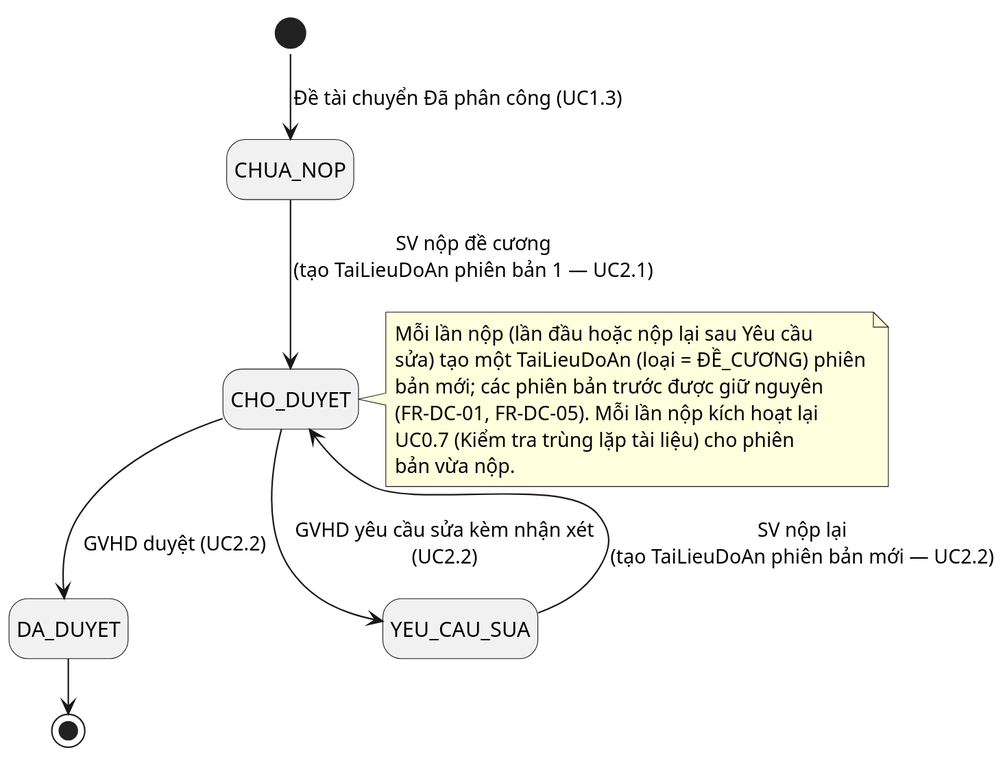
Earlier version of the PlantUML export docs/chuong-3-thiet-ke/so-do-lop/trang-thai-de-cuong.svg (dtc235200036-alt/ICTU-DATN-NguyenThiMaiAnh).
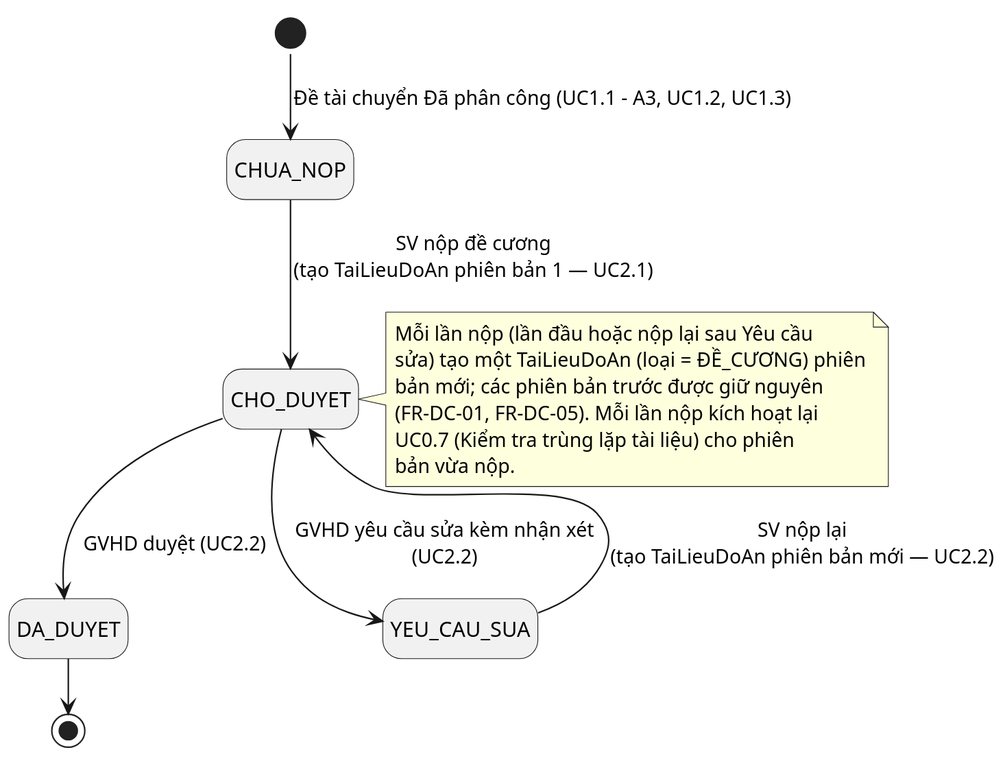
The same diagram one commit later.

Change to the diagram source:
```diff
@@ -7,7 +7,7 @@
 !pragma layout smetana
 hide empty description
 
-[*] --> CHUA_NOP : Đề tài chuyển Đã phân công (UC1.3)
+[*] --> CHUA_NOP : Đề tài chuyển Đã phân công (UC1.1 - A3, UC1.2, UC1.3)
 
 CHUA_NOP --> CHO_DUYET : SV nộp đề cương\n(tạo TaiLieuDoAn phiên bản 1 — UC2.1)
 
```
